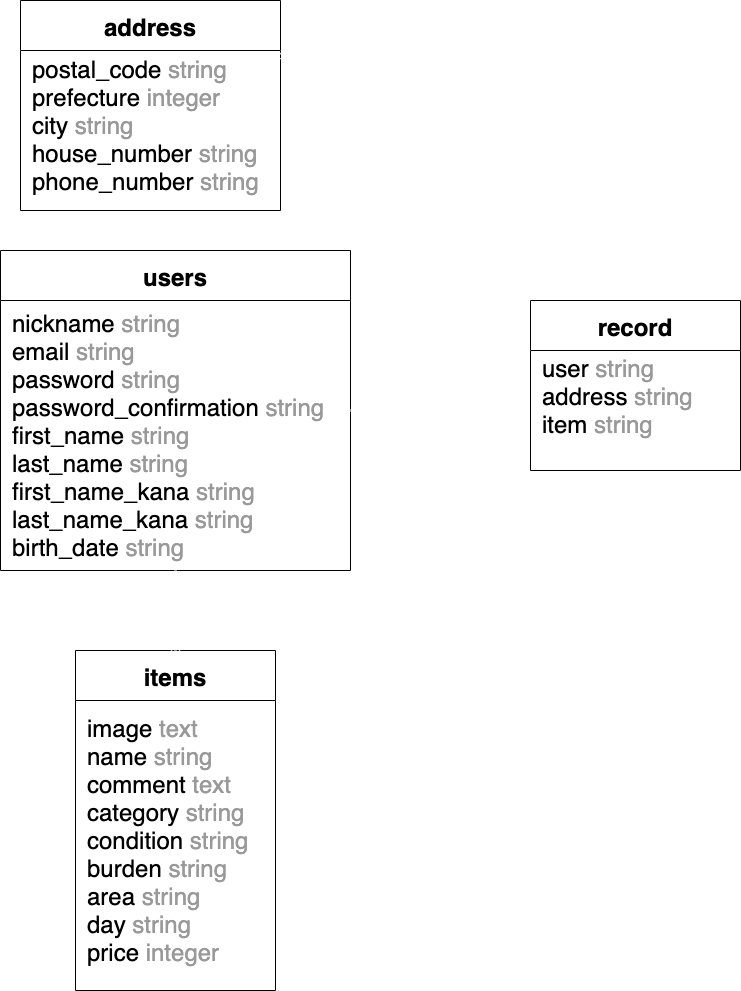
Before: ER.png, a diagram exported from draw.io (eshy5001/furima-31505). Source tidied: cells renumbered, new cells last; positions are measured from the earlier drawing's top-left corner, leaving out a move shared by most shapes.
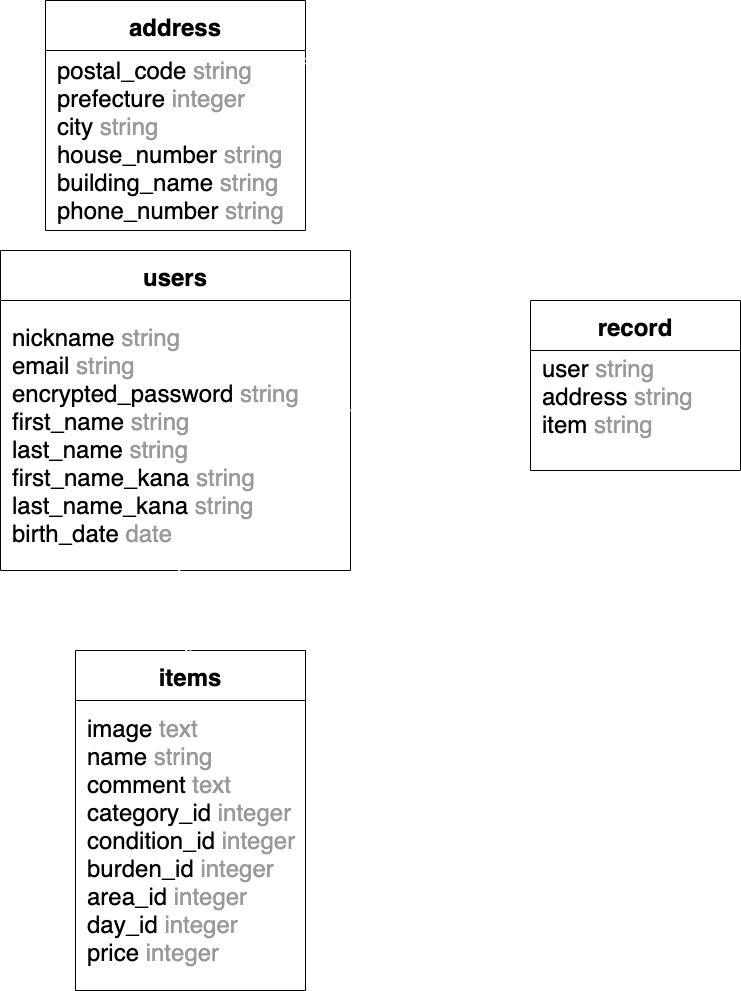
After the change.

Commit message:
DBのER図とREADME_修正版（追加）

Diff of the diagram source:
```diff
@@ -5,23 +5,23 @@
     <mxCell id="2" value="users" style="swimlane;startSize=50;fontSize=24;labelBackgroundColor=none;labelBorderColor=none;swimlaneFillColor=#FFFFFF;fontColor=#000000;" parent="1" vertex="1">
       <mxGeometry y="250" width="350" height="320" as="geometry" />
     </mxCell>
-    <mxCell id="3" value="&lt;font color=&quot;#000000&quot;&gt;nickname&lt;/font&gt;&amp;nbsp;&lt;font color=&quot;#999999&quot;&gt;string&lt;/font&gt;&lt;br&gt;&lt;font color=&quot;#000000&quot;&gt;email&lt;/font&gt;&amp;nbsp;&lt;font color=&quot;#999999&quot;&gt;string&lt;/font&gt;&lt;br&gt;&lt;font color=&quot;#000000&quot;&gt;password&lt;/font&gt;&amp;nbsp;&lt;font color=&quot;#999999&quot;&gt;string&lt;/font&gt;&lt;br&gt;&lt;div&gt;&lt;font color=&quot;#000000&quot;&gt;password_confirmation&lt;/font&gt;&amp;nbsp;&lt;font color=&quot;#999999&quot;&gt;string&lt;/font&gt;&lt;/div&gt;&lt;div&gt;&lt;font color=&quot;#000000&quot;&gt;first_name&lt;/font&gt;&amp;nbsp;&lt;font color=&quot;#999999&quot;&gt;string&lt;/font&gt;&lt;/div&gt;&lt;div&gt;&lt;font color=&quot;#000000&quot;&gt;last_name&lt;/font&gt;&amp;nbsp;&lt;font color=&quot;#999999&quot;&gt;string&lt;/font&gt;&lt;/div&gt;&lt;div&gt;&lt;font color=&quot;#000000&quot;&gt;first_name_kana&lt;/font&gt;&amp;nbsp;&lt;font color=&quot;#999999&quot;&gt;string&lt;/font&gt;&lt;/div&gt;&lt;div&gt;&lt;font color=&quot;#000000&quot;&gt;last_name_kana&lt;/font&gt;&amp;nbsp;&lt;font color=&quot;#999999&quot;&gt;string&lt;/font&gt;&lt;/div&gt;&lt;div&gt;&lt;font color=&quot;#000000&quot;&gt;birth_date&lt;/font&gt;&lt;font color=&quot;#999999&quot;&gt; string&lt;/font&gt;&lt;/div&gt;" style="text;html=1;align=left;verticalAlign=middle;points=[];fontSize=24;" parent="2" vertex="1">
-      <mxGeometry x="10" y="50" width="330" height="270" as="geometry" />
+    <mxCell id="3" value="&lt;font color=&quot;#000000&quot;&gt;nickname&lt;/font&gt;&amp;nbsp;&lt;font color=&quot;#999999&quot;&gt;string&lt;/font&gt;&lt;br&gt;&lt;font color=&quot;#000000&quot;&gt;email&lt;/font&gt;&amp;nbsp;&lt;font color=&quot;#999999&quot;&gt;string&lt;/font&gt;&lt;br&gt;&lt;font color=&quot;#000000&quot;&gt;encrypted_password&lt;/font&gt;&amp;nbsp;&lt;font color=&quot;#999999&quot;&gt;string&lt;br&gt;&lt;/font&gt;&lt;div&gt;&lt;font color=&quot;#000000&quot;&gt;first_name&lt;/font&gt;&amp;nbsp;&lt;font color=&quot;#999999&quot;&gt;string&lt;/font&gt;&lt;/div&gt;&lt;div&gt;&lt;font color=&quot;#000000&quot;&gt;last_name&lt;/font&gt;&amp;nbsp;&lt;font color=&quot;#999999&quot;&gt;string&lt;/font&gt;&lt;/div&gt;&lt;div&gt;&lt;font color=&quot;#000000&quot;&gt;first_name_kana&lt;/font&gt;&amp;nbsp;&lt;font color=&quot;#999999&quot;&gt;string&lt;/font&gt;&lt;/div&gt;&lt;div&gt;&lt;font color=&quot;#000000&quot;&gt;last_name_kana&lt;/font&gt;&amp;nbsp;&lt;font color=&quot;#999999&quot;&gt;string&lt;/font&gt;&lt;/div&gt;&lt;div&gt;&lt;font color=&quot;#000000&quot;&gt;birth_date&lt;/font&gt;&lt;font color=&quot;#999999&quot;&gt;&amp;nbsp;date&lt;/font&gt;&lt;/div&gt;" style="text;html=1;align=left;verticalAlign=middle;points=[];fontSize=24;" parent="2" vertex="1">
+      <mxGeometry x="10" y="65" width="300" height="240" as="geometry" />
     </mxCell>
     <mxCell id="4" value="address" style="swimlane;startSize=50;fontSize=24;swimlaneFillColor=#ffffff;fontColor=#000000;labelBackgroundColor=none;" parent="1" vertex="1">
-      <mxGeometry x="20" width="260" height="210" as="geometry" />
+      <mxGeometry x="45" width="260" height="230" as="geometry" />
     </mxCell>
-    <mxCell id="5" value="&lt;font color=&quot;#000000&quot;&gt;postal_code&lt;/font&gt;&amp;nbsp;&lt;font color=&quot;#999999&quot;&gt;string&lt;/font&gt;&lt;br&gt;&lt;font color=&quot;#000000&quot;&gt;prefecture&lt;/font&gt; &lt;font color=&quot;#999999&quot;&gt;integer&lt;/font&gt;&lt;br&gt;&lt;font color=&quot;#000000&quot;&gt;city&lt;/font&gt;&amp;nbsp;&lt;font color=&quot;#999999&quot;&gt;string&lt;/font&gt;&lt;br&gt;&lt;div&gt;&lt;font color=&quot;#000000&quot;&gt;house_number&lt;/font&gt;&lt;font color=&quot;#999999&quot;&gt; string&lt;/font&gt;&lt;/div&gt;&lt;div&gt;&lt;font color=&quot;#000000&quot;&gt;phone_number&lt;/font&gt;&amp;nbsp;&lt;font color=&quot;#999999&quot;&gt;string&lt;br&gt;&lt;/font&gt;&lt;/div&gt;" style="text;html=1;align=left;verticalAlign=middle;fontSize=24;" parent="4" vertex="1">
-      <mxGeometry x="10" y="50" width="240" height="150" as="geometry" />
+    <mxCell id="5" value="&lt;font color=&quot;#000000&quot;&gt;postal_code&lt;/font&gt;&amp;nbsp;&lt;font color=&quot;#999999&quot;&gt;string&lt;/font&gt;&lt;br&gt;&lt;font color=&quot;#000000&quot;&gt;prefecture&lt;/font&gt; &lt;font color=&quot;#999999&quot;&gt;integer&lt;/font&gt;&lt;br&gt;&lt;font color=&quot;#000000&quot;&gt;city&lt;/font&gt;&amp;nbsp;&lt;font color=&quot;#999999&quot;&gt;string&lt;/font&gt;&lt;br&gt;&lt;div&gt;&lt;font color=&quot;#000000&quot;&gt;house_number&lt;/font&gt;&lt;font color=&quot;#999999&quot;&gt; string&lt;/font&gt;&lt;/div&gt;&lt;div&gt;&lt;font color=&quot;#000000&quot;&gt;building_name&lt;/font&gt;&lt;font color=&quot;#999999&quot;&gt; string&lt;/font&gt;&lt;/div&gt;&lt;div&gt;&lt;font color=&quot;#000000&quot;&gt;phone_number&lt;/font&gt;&amp;nbsp;&lt;font color=&quot;#999999&quot;&gt;string&lt;br&gt;&lt;/font&gt;&lt;/div&gt;" style="text;html=1;align=left;verticalAlign=middle;fontSize=24;" parent="4" vertex="1">
+      <mxGeometry x="10" y="50" width="240" height="180" as="geometry" />
     </mxCell>
     <mxCell id="6" style="edgeStyle=none;rounded=0;jettySize=auto;html=1;startArrow=ERmandOne;startFill=0;endArrow=ERmandOne;endFill=0;strokeWidth=2;fontSize=24;fontColor=#f0f0f0;entryX=0;entryY=1;entryDx=0;entryDy=0;strokeColor=#FFFFFF;" parent="1" edge="1" source="7" target="11">
       <mxGeometry relative="1" as="geometry" />
     </mxCell>
     <mxCell id="7" value="items" style="swimlane;startSize=50;fontSize=24;swimlaneFillColor=#FFFFFF;fontColor=#000000;labelBorderColor=none;labelBackgroundColor=none;" parent="1" vertex="1">
-      <mxGeometry x="75" y="650" width="200" height="340" as="geometry" />
+      <mxGeometry x="75" y="650" width="230" height="340" as="geometry" />
     </mxCell>
-    <mxCell id="8" value="&lt;font color=&quot;#000000&quot;&gt;image&lt;/font&gt;&amp;nbsp;&lt;font color=&quot;#999999&quot;&gt;text&lt;/font&gt;&lt;br&gt;&lt;font color=&quot;#000000&quot;&gt;name&lt;/font&gt;&amp;nbsp;&lt;font color=&quot;#999999&quot;&gt;string&lt;/font&gt;&lt;br&gt;&lt;font color=&quot;#000000&quot;&gt;comment&lt;/font&gt;&amp;nbsp;&lt;font color=&quot;#999999&quot;&gt;text&lt;/font&gt;&lt;br&gt;&lt;div&gt;&lt;font color=&quot;#000000&quot;&gt;category&lt;/font&gt; &lt;font color=&quot;#999999&quot;&gt;string&lt;/font&gt;&lt;/div&gt;&lt;div&gt;&lt;font color=&quot;#000000&quot;&gt;condition&lt;/font&gt;&amp;nbsp;&lt;font color=&quot;#999999&quot;&gt;string&lt;/font&gt;&lt;/div&gt;&lt;div&gt;&lt;font color=&quot;#000000&quot;&gt;burden&lt;/font&gt;&amp;nbsp;&lt;font color=&quot;#999999&quot;&gt;string&lt;/font&gt;&lt;/div&gt;&lt;div&gt;&lt;font color=&quot;#000000&quot;&gt;area&lt;/font&gt;&amp;nbsp;&lt;font color=&quot;#999999&quot;&gt;string&lt;/font&gt;&lt;/div&gt;&lt;div&gt;&lt;font color=&quot;#000000&quot;&gt;day&lt;/font&gt;&amp;nbsp;&lt;font color=&quot;#999999&quot;&gt;string&lt;/font&gt;&lt;/div&gt;&lt;div&gt;&lt;font color=&quot;#000000&quot;&gt;price&lt;/font&gt;&lt;font color=&quot;#999999&quot;&gt; integer&lt;/font&gt;&lt;/div&gt;" style="text;html=1;align=left;verticalAlign=middle;fontSize=24;" parent="7" vertex="1">
-      <mxGeometry x="10" y="55" width="180" height="270" as="geometry" />
+    <mxCell id="8" value="&lt;font color=&quot;#000000&quot;&gt;image&lt;/font&gt;&amp;nbsp;&lt;font color=&quot;#999999&quot;&gt;text&lt;/font&gt;&lt;br&gt;&lt;font color=&quot;#000000&quot;&gt;name&lt;/font&gt;&amp;nbsp;&lt;font color=&quot;#999999&quot;&gt;string&lt;/font&gt;&lt;br&gt;&lt;font color=&quot;#000000&quot;&gt;comment&lt;/font&gt;&amp;nbsp;&lt;font color=&quot;#999999&quot;&gt;text&lt;/font&gt;&lt;br&gt;&lt;div&gt;&lt;font color=&quot;#000000&quot;&gt;category_id&lt;/font&gt; &lt;font color=&quot;#999999&quot;&gt;integer&lt;/font&gt;&lt;/div&gt;&lt;div&gt;&lt;font color=&quot;#000000&quot;&gt;condition_id&lt;/font&gt;&amp;nbsp;&lt;font color=&quot;#999999&quot;&gt;integer&lt;/font&gt;&lt;/div&gt;&lt;div&gt;&lt;font color=&quot;#000000&quot;&gt;burden_id&lt;/font&gt;&amp;nbsp;&lt;font color=&quot;#999999&quot;&gt;integer&lt;/font&gt;&lt;/div&gt;&lt;div&gt;&lt;font color=&quot;#000000&quot;&gt;area_id&lt;/font&gt;&amp;nbsp;&lt;font color=&quot;#999999&quot;&gt;integer&lt;/font&gt;&lt;/div&gt;&lt;div&gt;&lt;font color=&quot;#000000&quot;&gt;day_id&lt;/font&gt;&amp;nbsp;&lt;font color=&quot;#999999&quot;&gt;integer&lt;/font&gt;&lt;/div&gt;&lt;div&gt;&lt;font color=&quot;#000000&quot;&gt;price&lt;/font&gt;&lt;font color=&quot;#999999&quot;&gt; integer&lt;/font&gt;&lt;/div&gt;" style="text;html=1;align=left;verticalAlign=middle;fontSize=24;" parent="7" vertex="1">
+      <mxGeometry x="10" y="55" width="220" height="270" as="geometry" />
     </mxCell>
     <mxCell id="9" style="edgeStyle=none;rounded=0;jettySize=auto;html=1;entryX=1;entryY=0.25;entryDx=0;entryDy=0;startArrow=ERmandOne;startFill=0;endArrow=ERmandOne;endFill=0;strokeWidth=2;fontSize=24;fontColor=#f0f0f0;strokeColor=#FFFFFF;" parent="1" edge="1" source="11" target="4">
       <mxGeometry relative="1" as="geometry" />
```
